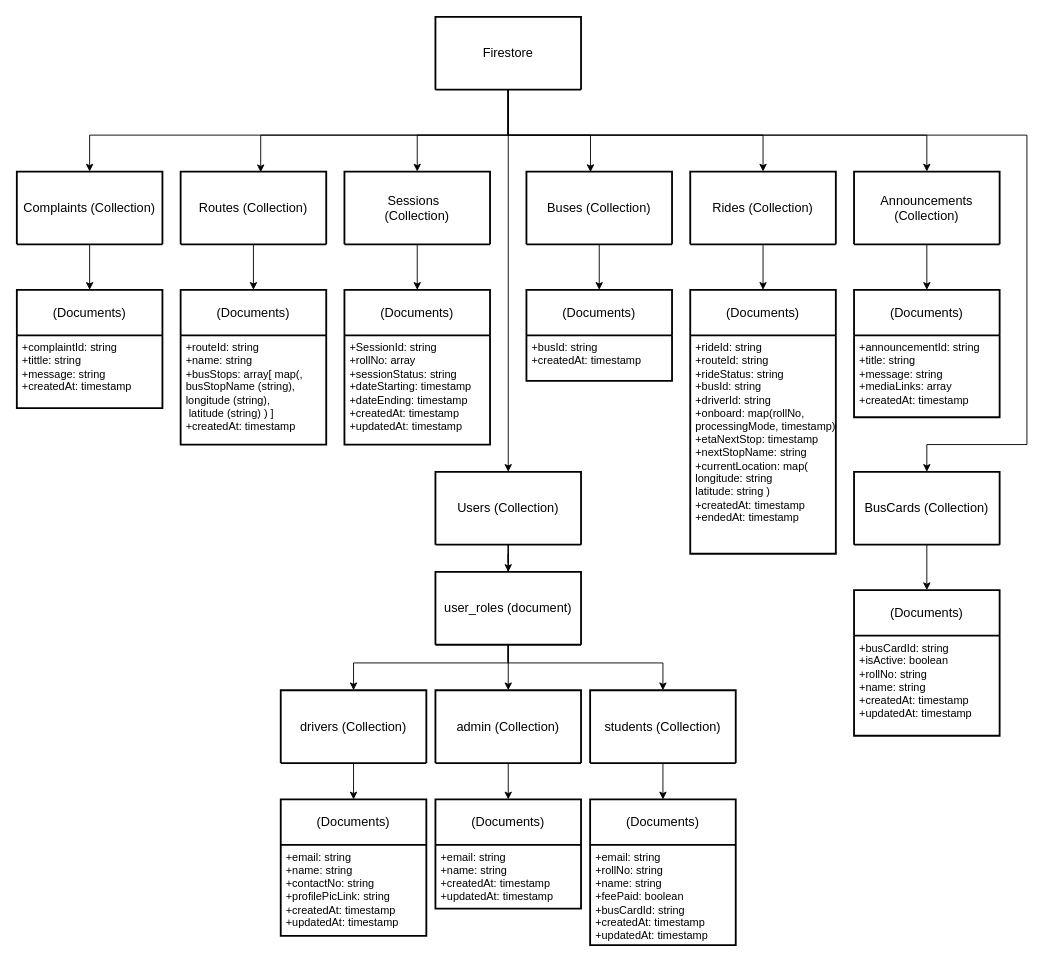
Earlier version of the draw.io diagram NTU Ride Pilot/Documentation/Diagrams/Database Design/database.drawio (Abubakar-doc/FYP-24-SE-A-204). Source tidied: cells renumbered, new cells numbered last; positions are measured from the earlier drawing's top-left corner, leaving out a move shared by most shapes. Both pictures are drawn from the tidied source at 91%, with x=0, y=0 at pixel (16, 16).
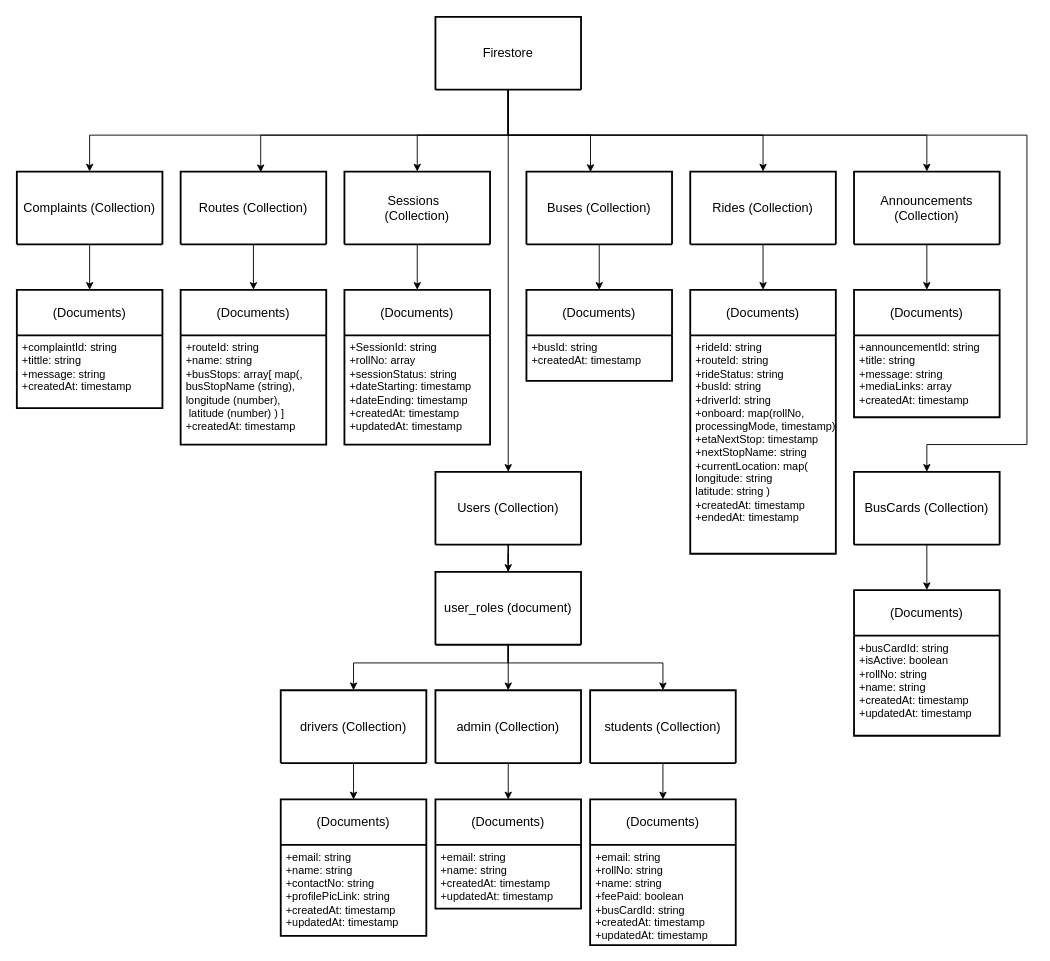
After the change.

The change refers to these unchanged cells:
```xml
<mxCell id="12" value="(Documents)" style="swimlane;horizontal=1;startSize=50;rounded=0;fontSize=14;fontStyle=0;strokeWidth=2;shadow=0;dashed=0;align=center;arcSize=4;whiteSpace=wrap;html=1;" parent="1" vertex="1">
  <mxGeometry x="180" y="300" width="160" height="170" as="geometry" />
</mxCell>
```

Change to the diagram source:
```diff
@@
-    <mxCell id="13" value="&lt;div&gt;&lt;div&gt;+routeId: string&lt;/div&gt;&lt;div&gt;&lt;div&gt;+name: string&lt;/div&gt;&lt;/div&gt;&lt;/div&gt;&lt;div&gt;+busStops: array[ map(&lt;span style=&quot;background-color: transparent; color: light-dark(rgb(0, 0, 0), rgb(255, 255, 255));&quot;&gt;,&lt;/span&gt;&lt;/div&gt;&lt;div&gt;busStopName (string),&amp;nbsp;&lt;/div&gt;&lt;div&gt;longitude (string),&lt;/div&gt;&lt;div&gt;&amp;nbsp;latitude&amp;nbsp;&lt;span style=&quot;background-color: transparent; color: light-dark(rgb(0, 0, 0), rgb(255, 255, 255));&quot;&gt;(string) )&lt;/span&gt;&lt;span style=&quot;background-color: transparent; color: light-dark(rgb(0, 0, 0), rgb(255, 255, 255));&quot;&gt;&amp;nbsp;]&lt;/span&gt;&lt;/div&gt;&lt;div&gt;      +createdAt: &lt;span class=&quot;hljs-type&quot;&gt;timestamp&lt;/span&gt;&lt;/div&gt;" style="align=left;strokeColor=none;fillColor=none;spacingLeft=4;fontSize=12;verticalAlign=top;html=1;rounded=0;" parent="12" vertex="1">
+    <mxCell id="13" value="&lt;div&gt;&lt;div&gt;+routeId: string&lt;/div&gt;&lt;div&gt;&lt;div&gt;+name: string&lt;/div&gt;&lt;/div&gt;&lt;/div&gt;&lt;div&gt;+busStops: array[ map(&lt;span style=&quot;background-color: transparent; color: light-dark(rgb(0, 0, 0), rgb(255, 255, 255));&quot;&gt;,&lt;/span&gt;&lt;/div&gt;&lt;div&gt;busStopName (string),&amp;nbsp;&lt;/div&gt;&lt;div&gt;longitude (number),&lt;/div&gt;&lt;div&gt;&amp;nbsp;latitude&amp;nbsp;&lt;span style=&quot;background-color: transparent; color: light-dark(rgb(0, 0, 0), rgb(255, 255, 255));&quot;&gt;(&lt;/span&gt;number&lt;span style=&quot;background-color: transparent; color: light-dark(rgb(0, 0, 0), rgb(255, 255, 255));&quot;&gt;) )&lt;/span&gt;&lt;span style=&quot;background-color: transparent; color: light-dark(rgb(0, 0, 0), rgb(255, 255, 255));&quot;&gt;&amp;nbsp;]&lt;/span&gt;&lt;/div&gt;&lt;div&gt;      +createdAt: &lt;span class=&quot;hljs-type&quot;&gt;timestamp&lt;/span&gt;&lt;/div&gt;" style="align=left;strokeColor=none;fillColor=none;spacingLeft=4;fontSize=12;verticalAlign=top;html=1;rounded=0;" parent="12" vertex="1">
       <mxGeometry y="50" width="160" height="120" as="geometry" />
     </mxCell>
```
